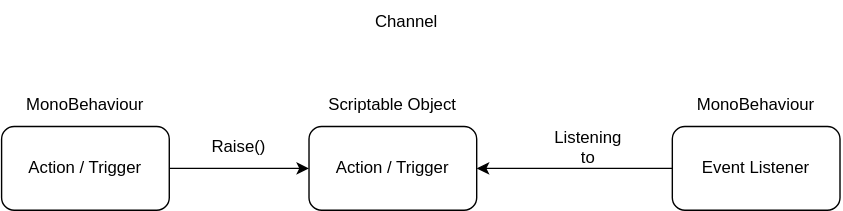
Above: architecture.drawio.svg in artem-karaman/ScriptableObjectArchitecture (draw.io), before the change. Source tidied: cells renumbered, new cells last; positions are measured from the earlier drawing's top-left corner, leaving out a move shared by most shapes.
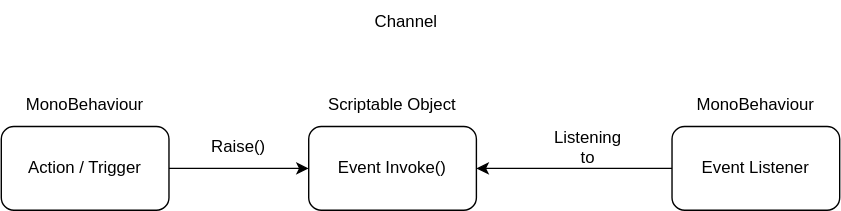
Above is the later version.

What changed in the source:
```diff
@@ -11,7 +11,7 @@
     <mxCell id="4" value="MonoBehaviour" style="text;html=1;strokeColor=none;fillColor=none;align=center;verticalAlign=middle;whiteSpace=wrap;rounded=0;" parent="1" vertex="1">
       <mxGeometry x="30" y="60" width="60" height="30" as="geometry" />
     </mxCell>
-    <mxCell id="5" value="Action / Trigger" style="rounded=1;whiteSpace=wrap;html=1;" parent="1" vertex="1">
+    <mxCell id="5" value="Event Invoke()" style="rounded=1;whiteSpace=wrap;html=1;" parent="1" vertex="1">
       <mxGeometry x="220" y="90" width="120" height="60" as="geometry" />
     </mxCell>
     <mxCell id="6" value="Raise()" style="text;html=1;strokeColor=none;fillColor=none;align=center;verticalAlign=middle;whiteSpace=wrap;rounded=0;" parent="1" vertex="1">
```
